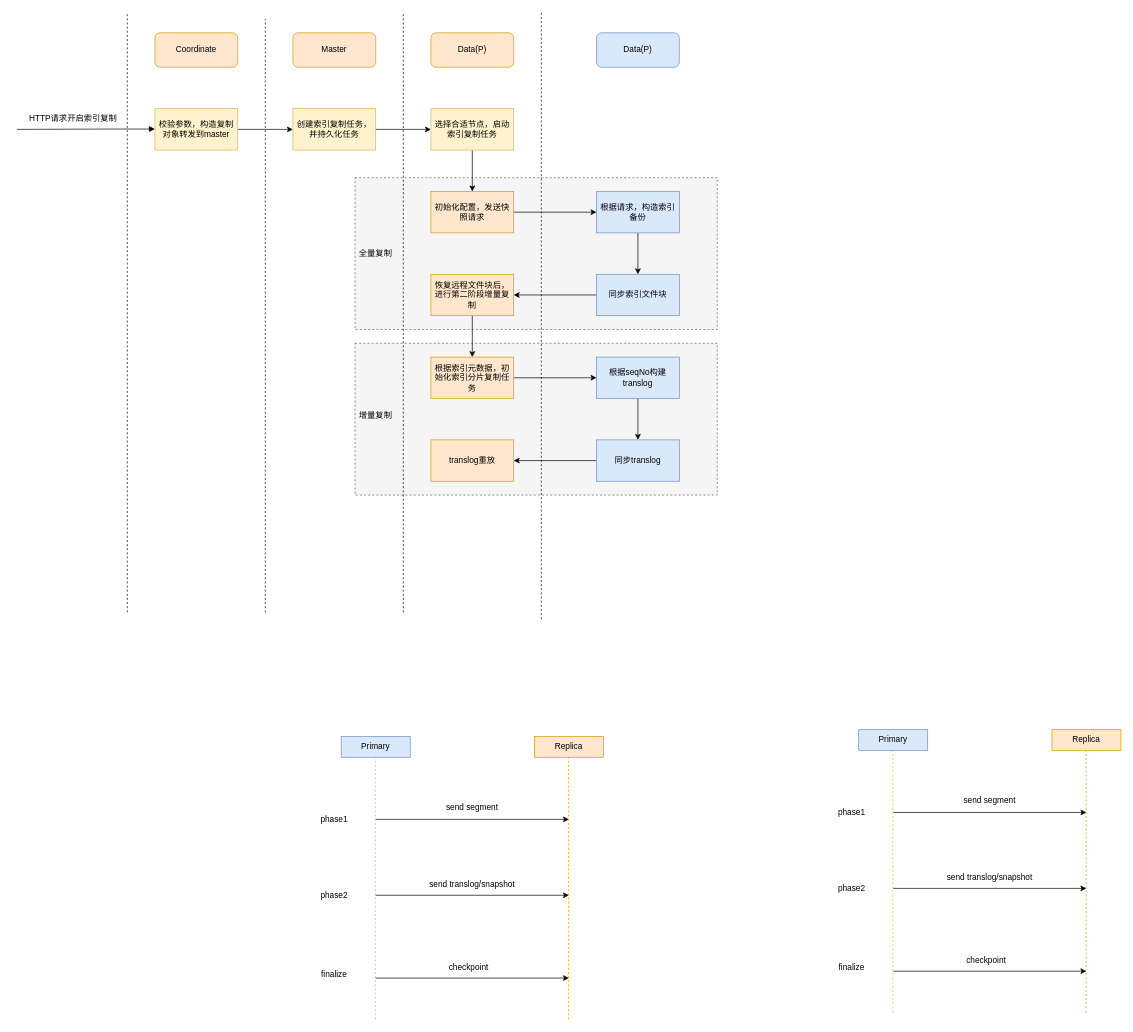
Before: elasticsearch/replication/es_occr.drawio in kingskipper/design, a draw.io diagram. Source tidied: cells renumbered, new cells numbered last; positions are measured from the earlier drawing's top-left corner, leaving out a move shared by most shapes. Both pictures are drawn from the tidied source at 69%, with x=0, y=0 at pixel (17, 12).
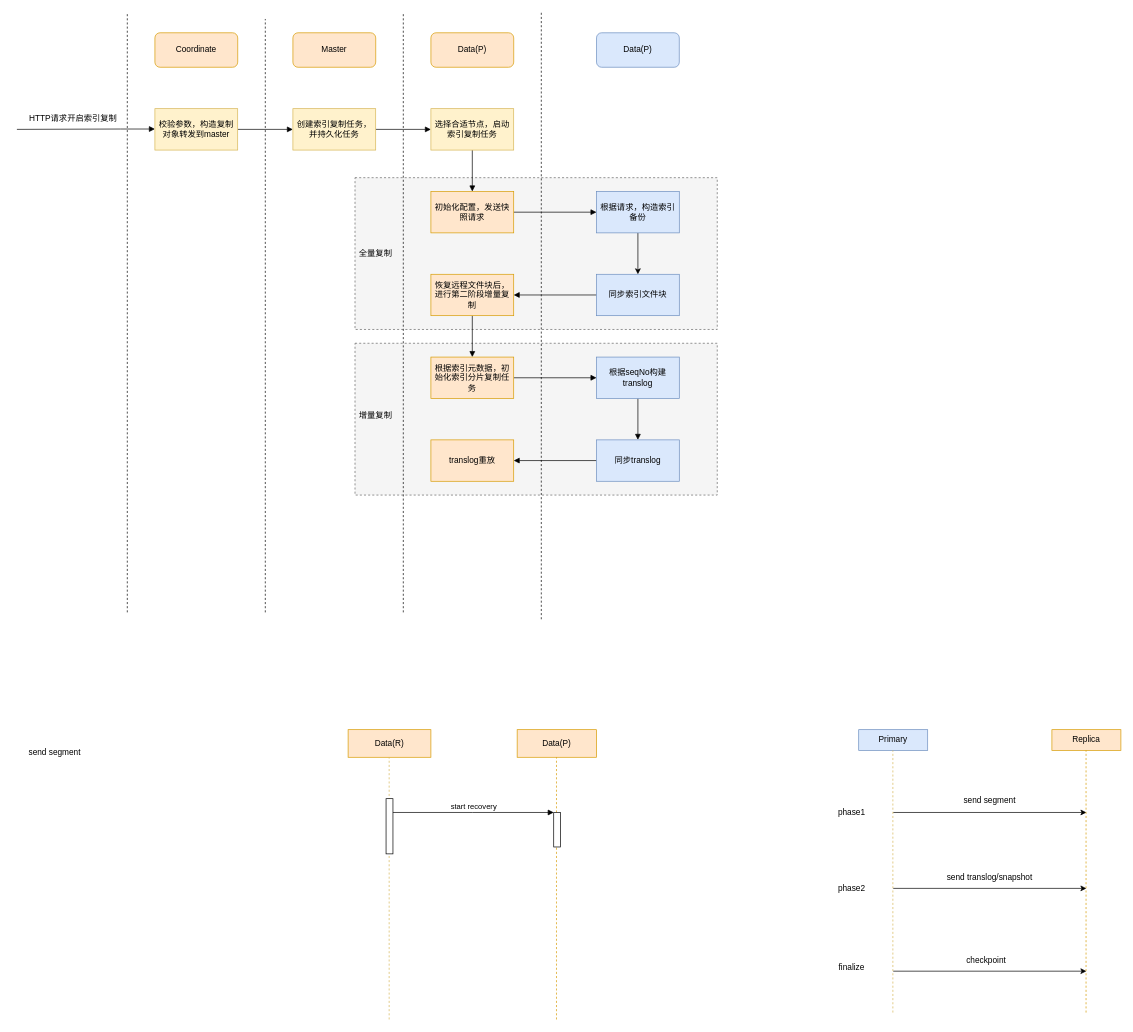
After the change.

Unchanged cells that the change refers to:
```xml
<mxCell id="10" value="校验参数，构造复制对象转发到master" style="rounded=0;whiteSpace=wrap;html=1;fillColor=#fff2cc;strokeColor=#d6b656;" parent="1" vertex="1">
  <mxGeometry x="200" y="140" width="120" height="60" as="geometry" />
</mxCell>
<mxCell id="12" value="创建索引复制任务，并持久化任务" style="rounded=0;whiteSpace=wrap;html=1;fillColor=#fff2cc;strokeColor=#d6b656;" parent="1" vertex="1">
  <mxGeometry x="400" y="140" width="120" height="60" as="geometry" />
</mxCell>
<mxCell id="18" value="选择合适节点，启动索引复制任务" style="rounded=0;whiteSpace=wrap;html=1;fillColor=#fff2cc;strokeColor=#d6b656;" parent="1" vertex="1">
  <mxGeometry x="600" y="140" width="120" height="60" as="geometry" />
</mxCell>
<mxCell id="20" value="初始化配置，发送快照请求" style="rounded=0;whiteSpace=wrap;html=1;fillColor=#ffe6cc;strokeColor=#d79b00;" parent="1" vertex="1">
  <mxGeometry x="600" y="260" width="120" height="60" as="geometry" />
</mxCell>
<mxCell id="22" value="恢复远程文件块后，进行第二阶段增量复制" style="rounded=0;whiteSpace=wrap;html=1;fillColor=#ffe6cc;strokeColor=#d79b00;" parent="1" vertex="1">
  <mxGeometry x="600" y="380" width="120" height="60" as="geometry" />
</mxCell>
<mxCell id="24" value="同步索引文件块" style="rounded=0;whiteSpace=wrap;html=1;fillColor=#dae8fc;strokeColor=#6c8ebf;" parent="1" vertex="1">
  <mxGeometry x="840" y="380" width="120" height="60" as="geometry" />
</mxCell>
<mxCell id="26" value="根据请求，构造索引备份" style="rounded=0;whiteSpace=wrap;html=1;fillColor=#dae8fc;strokeColor=#6c8ebf;" parent="1" vertex="1">
  <mxGeometry x="840" y="260" width="120" height="60" as="geometry" />
</mxCell>
<mxCell id="28" value="根据索引元数据，初始化索引分片复制任务" style="rounded=0;whiteSpace=wrap;html=1;fillColor=#ffe6cc;strokeColor=#d79b00;" parent="1" vertex="1">
  <mxGeometry x="600" y="500" width="120" height="60" as="geometry" />
</mxCell>
<mxCell id="30" value="根据seqNo构建translog" style="rounded=0;whiteSpace=wrap;html=1;fillColor=#dae8fc;strokeColor=#6c8ebf;" parent="1" vertex="1">
  <mxGeometry x="840" y="500" width="120" height="60" as="geometry" />
</mxCell>
<mxCell id="31" value="translog重放" style="rounded=0;whiteSpace=wrap;html=1;fillColor=#ffe6cc;strokeColor=#d79b00;" parent="1" vertex="1">
  <mxGeometry x="600" y="620" width="120" height="60" as="geometry" />
</mxCell>
<mxCell id="33" value="同步translog" style="rounded=0;whiteSpace=wrap;html=1;fillColor=#dae8fc;strokeColor=#6c8ebf;" parent="1" vertex="1">
  <mxGeometry x="840" y="620" width="120" height="60" as="geometry" />
</mxCell>
```

Change to the diagram source:
```diff
@@
-    <mxCell id="9" style="edgeStyle=orthogonalEdgeStyle;rounded=0;jettySize=auto;html=1;exitX=1;exitY=0.5;exitDx=0;exitDy=0;entryX=0;entryY=0.5;entryDx=0;entryDy=0;" parent="1" edge="1" source="10" target="12">
+    <mxCell id="9" style="edgeStyle=orthogonalEdgeStyle;rounded=0;jettySize=auto;html=1;exitX=1;exitY=0.5;exitDx=0;exitDy=0;entryX=0;entryY=0.5;entryDx=0;entryDy=0;endArrow=block;endFill=1;" parent="1" edge="1" source="10" target="12">
       <mxGeometry relative="1" as="geometry" />
     </mxCell>
@@
-    <mxCell id="11" style="edgeStyle=orthogonalEdgeStyle;rounded=0;jettySize=auto;html=1;exitX=1;exitY=0.5;exitDx=0;exitDy=0;entryX=0;entryY=0.5;entryDx=0;entryDy=0;" parent="1" edge="1" source="12" target="18">
+    <mxCell id="11" style="edgeStyle=orthogonalEdgeStyle;rounded=0;jettySize=auto;html=1;exitX=1;exitY=0.5;exitDx=0;exitDy=0;entryX=0;entryY=0.5;entryDx=0;entryDy=0;endArrow=block;endFill=1;" parent="1" edge="1" source="12" target="18">
       <mxGeometry relative="1" as="geometry" />
     </mxCell>
@@
-    <mxCell id="17" style="edgeStyle=orthogonalEdgeStyle;rounded=0;jettySize=auto;html=1;exitX=0.5;exitY=1;exitDx=0;exitDy=0;entryX=0.5;entryY=0;entryDx=0;entryDy=0;" parent="1" edge="1" source="18" target="20">
+    <mxCell id="17" style="edgeStyle=orthogonalEdgeStyle;rounded=0;jettySize=auto;html=1;exitX=0.5;exitY=1;exitDx=0;exitDy=0;entryX=0.5;entryY=0;entryDx=0;entryDy=0;endArrow=block;endFill=1;" parent="1" edge="1" source="18" target="20">
       <mxGeometry relative="1" as="geometry" />
     </mxCell>
@@
-    <mxCell id="19" style="edgeStyle=orthogonalEdgeStyle;rounded=0;jettySize=auto;html=1;exitX=1;exitY=0.5;exitDx=0;exitDy=0;entryX=0;entryY=0.5;entryDx=0;entryDy=0;" parent="1" edge="1" source="20" target="26">
+    <mxCell id="19" style="edgeStyle=orthogonalEdgeStyle;rounded=0;jettySize=auto;html=1;exitX=1;exitY=0.5;exitDx=0;exitDy=0;entryX=0;entryY=0.5;entryDx=0;entryDy=0;endArrow=block;endFill=1;" parent="1" edge="1" source="20" target="26">
       <mxGeometry relative="1" as="geometry" />
     </mxCell>
@@
-    <mxCell id="21" style="edgeStyle=orthogonalEdgeStyle;rounded=0;jettySize=auto;html=1;exitX=0.5;exitY=1;exitDx=0;exitDy=0;" parent="1" edge="1" source="22" target="28">
+    <mxCell id="21" style="edgeStyle=orthogonalEdgeStyle;rounded=0;jettySize=auto;html=1;exitX=0.5;exitY=1;exitDx=0;exitDy=0;endArrow=block;endFill=1;" parent="1" edge="1" source="22" target="28">
       <mxGeometry relative="1" as="geometry" />
     </mxCell>
@@
-    <mxCell id="23" style="edgeStyle=orthogonalEdgeStyle;rounded=0;jettySize=auto;html=1;exitX=0;exitY=0.5;exitDx=0;exitDy=0;entryX=1;entryY=0.5;entryDx=0;entryDy=0;" parent="1" edge="1" source="24" target="22">
+    <mxCell id="23" style="edgeStyle=orthogonalEdgeStyle;rounded=0;jettySize=auto;html=1;exitX=0;exitY=0.5;exitDx=0;exitDy=0;entryX=1;entryY=0.5;entryDx=0;entryDy=0;endArrow=block;endFill=1;" parent="1" edge="1" source="24" target="22">
       <mxGeometry relative="1" as="geometry" />
     </mxCell>
@@
-    <mxCell id="27" style="edgeStyle=orthogonalEdgeStyle;rounded=0;jettySize=auto;html=1;exitX=1;exitY=0.5;exitDx=0;exitDy=0;entryX=0;entryY=0.5;entryDx=0;entryDy=0;" parent="1" edge="1" source="28" target="30">
+    <mxCell id="27" style="edgeStyle=orthogonalEdgeStyle;rounded=0;jettySize=auto;html=1;exitX=1;exitY=0.5;exitDx=0;exitDy=0;entryX=0;entryY=0.5;entryDx=0;entryDy=0;endArrow=block;endFill=1;" parent="1" edge="1" source="28" target="30">
       <mxGeometry relative="1" as="geometry" />
     </mxCell>
@@
-    <mxCell id="29" style="edgeStyle=orthogonalEdgeStyle;rounded=0;jettySize=auto;html=1;" parent="1" edge="1" source="30" target="33">
+    <mxCell id="29" style="edgeStyle=orthogonalEdgeStyle;rounded=0;jettySize=auto;html=1;endArrow=block;endFill=1;" parent="1" edge="1" source="30" target="33">
       <mxGeometry relative="1" as="geometry" />
     </mxCell>
@@
-    <mxCell id="32" style="edgeStyle=orthogonalEdgeStyle;rounded=0;jettySize=auto;html=1;exitX=0;exitY=0.5;exitDx=0;exitDy=0;entryX=1;entryY=0.5;entryDx=0;entryDy=0;" parent="1" edge="1" source="33" target="31">
+    <mxCell id="32" style="edgeStyle=orthogonalEdgeStyle;rounded=0;jettySize=auto;html=1;exitX=0;exitY=0.5;exitDx=0;exitDy=0;entryX=1;entryY=0.5;entryDx=0;entryDy=0;endArrow=block;endFill=1;" parent="1" edge="1" source="33" target="31">
       <mxGeometry relative="1" as="geometry" />
     </mxCell>
@@
-    <mxCell id="34" style="endArrow=classic;html=1;rounded=0;" parent="1" edge="1">
-      <mxGeometry relative="1" as="geometry">
-        <mxPoint x="520" y="1280" as="sourcePoint" />
-        <mxPoint x="800" y="1280" as="targetPoint" />
-      </mxGeometry>
-    </mxCell>
-    <mxCell id="35" style="endArrow=classic;html=1;rounded=0;" parent="1" edge="1">
-      <mxGeometry relative="1" as="geometry">
-        <mxPoint x="520" y="1400" as="sourcePoint" />
-        <mxPoint x="800" y="1400" as="targetPoint" />
-      </mxGeometry>
-    </mxCell>
-    <mxCell id="36" value="phase1" style="text;html=1;strokeColor=none;fillColor=none;align=center;verticalAlign=middle;whiteSpace=wrap;rounded=0;" parent="1" vertex="1">
-      <mxGeometry x="430" y="1155" width="60" height="30" as="geometry" />
-    </mxCell>
-    <mxCell id="37" value="phase2" style="text;html=1;strokeColor=none;fillColor=none;align=center;verticalAlign=middle;whiteSpace=wrap;rounded=0;" parent="1" vertex="1">
-      <mxGeometry x="430" y="1265" width="60" height="30" as="geometry" />
-    </mxCell>
-    <mxCell id="38" value="finalize" style="text;html=1;strokeColor=none;fillColor=none;align=center;verticalAlign=middle;whiteSpace=wrap;rounded=0;" parent="1" vertex="1">
-      <mxGeometry x="430" y="1380" width="60" height="30" as="geometry" />
-    </mxCell>
-    <mxCell id="39" style="endArrow=classic;html=1;rounded=0;" parent="1" edge="1">
-      <mxGeometry relative="1" as="geometry">
-        <mxPoint x="520" y="1170" as="sourcePoint" />
-        <mxPoint x="800" y="1170" as="targetPoint" />
-      </mxGeometry>
-    </mxCell>
-    <mxCell id="40" value="Primary" style="rounded=0;whiteSpace=wrap;html=1;fillColor=#dae8fc;strokeColor=#6c8ebf;" parent="1" vertex="1">
-      <mxGeometry x="470" y="1050" width="100" height="30" as="geometry" />
+    <mxCell id="40" value="Data(R)" style="rounded=0;whiteSpace=wrap;html=1;fillColor=#ffe6cc;strokeColor=#d79b00;" parent="1" vertex="1">
+      <mxGeometry x="480" y="1040" width="120" height="40" as="geometry" />
     </mxCell>
     <mxCell id="41" style="endArrow=none;html=1;rounded=0;dashed=1;fillColor=#fff2cc;strokeColor=#d6b656;" parent="1" edge="1">
       <mxGeometry relative="1" as="geometry">
-        <mxPoint x="519.5" y="1460" as="sourcePoint" />
-        <mxPoint x="519.5" y="1080" as="targetPoint" />
+        <mxPoint x="539.5" y="1460" as="sourcePoint" />
+        <mxPoint x="539.5" y="1080" as="targetPoint" />
       </mxGeometry>
     </mxCell>
-    <mxCell id="42" value="Replica" style="rounded=0;whiteSpace=wrap;html=1;fillColor=#ffe6cc;strokeColor=#d79b00;" parent="1" vertex="1">
-      <mxGeometry x="750" y="1050" width="100" height="30" as="geometry" />
+    <mxCell id="42" value="Data(P)" style="rounded=0;whiteSpace=wrap;html=1;fillColor=#ffe6cc;strokeColor=#d79b00;" parent="1" vertex="1">
+      <mxGeometry x="725" y="1040" width="115" height="40" as="geometry" />
     </mxCell>
     <mxCell id="43" style="endArrow=none;html=1;rounded=0;dashed=1;fillColor=#ffe6cc;strokeColor=#d79b00;" parent="1" edge="1">
       <mxGeometry relative="1" as="geometry">
-        <mxPoint x="799.5" y="1460" as="sourcePoint" />
-        <mxPoint x="799.5" y="1080" as="targetPoint" />
+        <mxPoint x="782" y="1460" as="sourcePoint" />
+        <mxPoint x="782" y="1080" as="targetPoint" />
       </mxGeometry>
     </mxCell>
     <mxCell id="44" value="send segment" style="text;html=1;strokeColor=none;fillColor=none;align=center;verticalAlign=middle;whiteSpace=wrap;rounded=0;" parent="1" vertex="1">
-      <mxGeometry x="615" y="1140" width="90" height="25" as="geometry" />
+      <mxGeometry x="10" y="1060" width="90" height="25" as="geometry" />
     </mxCell>
-    <mxCell id="45" value="send translog/snapshot" style="text;html=1;strokeColor=none;fillColor=none;align=center;verticalAlign=middle;whiteSpace=wrap;rounded=0;" parent="1" vertex="1">
-      <mxGeometry x="595" y="1250" width="130" height="30" as="geometry" />
-    </mxCell>
-    <mxCell id="46" value="checkpoint" style="text;html=1;strokeColor=none;fillColor=none;align=center;verticalAlign=middle;whiteSpace=wrap;rounded=0;" parent="1" vertex="1">
-      <mxGeometry x="590" y="1370" width="130" height="30" as="geometry" />
-    </mxCell>
@@
+    <mxCell id="63" style="html=1;points=[];perimeter=orthogonalPerimeter;outlineConnect=0;targetShapes=umlLifeline;portConstraint=eastwest;newEdgeStyle={&quot;edgeStyle&quot;:&quot;elbowEdgeStyle&quot;,&quot;elbow&quot;:&quot;vertical&quot;,&quot;curved&quot;:0,&quot;rounded&quot;:0};" parent="1" vertex="1">
+      <mxGeometry x="535" y="1140" width="10" height="80" as="geometry" />
+    </mxCell>
+    <mxCell id="64" style="html=1;points=[];perimeter=orthogonalPerimeter;outlineConnect=0;targetShapes=umlLifeline;portConstraint=eastwest;newEdgeStyle={&quot;edgeStyle&quot;:&quot;elbowEdgeStyle&quot;,&quot;elbow&quot;:&quot;vertical&quot;,&quot;curved&quot;:0,&quot;rounded&quot;:0};" parent="1" vertex="1">
+      <mxGeometry x="778" y="1160" width="10" height="50" as="geometry" />
+    </mxCell>
+    <mxCell id="65" value="start recovery" style="html=1;verticalAlign=bottom;endArrow=block;edgeStyle=elbowEdgeStyle;elbow=vertical;curved=0;rounded=0;" parent="1" edge="1" source="63" target="64">
+      <mxGeometry relative="1" as="geometry">
+        <Array as="points">
+          <mxPoint x="660" y="1160" />
+        </Array>
+      </mxGeometry>
+    </mxCell>
```
